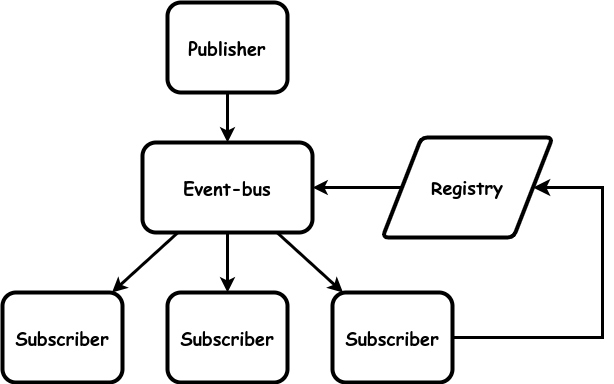
Above: images/event-bus-1.png in garfix/architectural-patterns (draw.io), before the change. Source tidied: cells renumbered, new cells last; positions are measured from the earlier drawing's top-left corner, leaving out a move shared by most shapes.
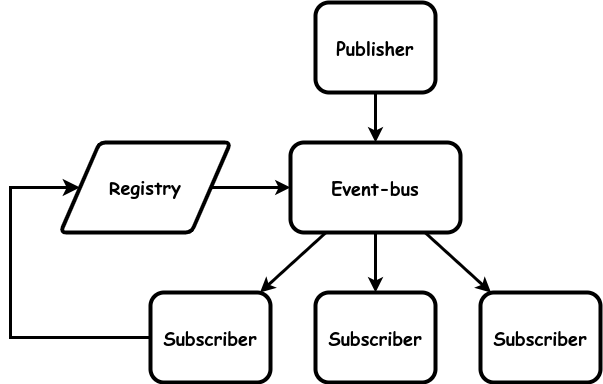
Later version of the same file.

The edit, as a diff of the source:
```diff
@@ -18,7 +18,7 @@
       <mxGeometry x="140" y="140" width="170" height="90" as="geometry" />
     </mxCell>
     <mxCell id="7" value="&lt;font face=&quot;Comic Sans MS&quot; style=&quot;font-size: 18px;&quot;&gt;Registry&lt;/font&gt;" style="shape=parallelogram;html=1;strokeWidth=4;perimeter=parallelogramPerimeter;whiteSpace=wrap;rounded=1;arcSize=12;size=0.23;fontStyle=1;fontSize=18;" parent="1" vertex="1">
-      <mxGeometry x="380" y="135" width="170" height="100" as="geometry" />
+      <mxGeometry x="-90" y="140" width="170" height="90" as="geometry" />
     </mxCell>
     <mxCell id="8" value="&lt;b style=&quot;border-color: var(--border-color);&quot;&gt;Subscriber&lt;/b&gt;&lt;b style=&quot;font-size: 18px;&quot;&gt;&lt;br&gt;&lt;/b&gt;" style="rounded=1;whiteSpace=wrap;html=1;strokeWidth=4;fontFamily=Comic Sans MS;fontSize=18;" parent="1" vertex="1">
       <mxGeometry x="330" y="290" width="120" height="90" as="geometry" />
@@ -35,10 +35,10 @@
     <mxCell id="12" style="endArrow=none;startArrow=classic;html=1;rounded=0;strokeWidth=3;endFill=0;" parent="1" edge="1" source="6" target="7">
       <mxGeometry relative="1" as="geometry" />
     </mxCell>
-    <mxCell id="13" style="edgeStyle=elbowEdgeStyle;elbow=horizontal;endArrow=classic;html=1;curved=0;rounded=0;endSize=8;startSize=8;strokeWidth=3;" parent="1" edge="1" source="8" target="7">
+    <mxCell id="13" style="edgeStyle=elbowEdgeStyle;elbow=horizontal;endArrow=classic;html=1;curved=0;rounded=0;endSize=8;startSize=8;strokeWidth=3;" parent="1" edge="1" source="11" target="7">
       <mxGeometry relative="1" as="geometry">
         <Array as="points">
-          <mxPoint x="600" y="260" />
+          <mxPoint x="-140" y="260" />
         </Array>
       </mxGeometry>
     </mxCell>
```
